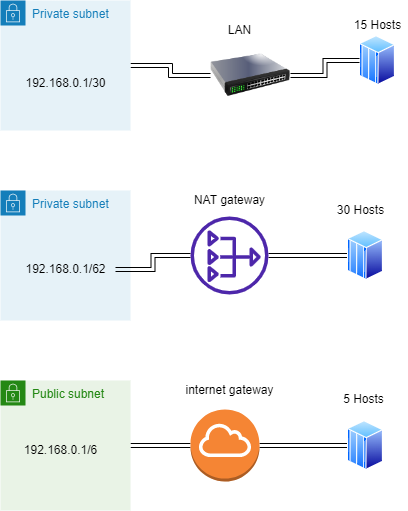
Before: 00_includes/netwerk.png, a diagram exported from draw.io (techgrounds/cloud-6-repo-Rithmatist). Source tidied: cells renumbered, new cells last; positions are measured from the earlier drawing's top-left corner, leaving out a move shared by most shapes. Source of this version:
```xml
<mxGraphModel>
  <root>
    <mxCell id="0" />
    <mxCell id="1" parent="0" />
    <mxCell id="2" style="edgeStyle=orthogonalEdgeStyle;shape=link;rounded=0;jettySize=auto;html=1;" parent="1" edge="1" source="3" target="19">
      <mxGeometry relative="1" as="geometry" />
    </mxCell>
    <mxCell id="3" value="Private subnet" style="points=[[0,0],[0.25,0],[0.5,0],[0.75,0],[1,0],[1,0.25],[1,0.5],[1,0.75],[1,1],[0.75,1],[0.5,1],[0.25,1],[0,1],[0,0.75],[0,0.5],[0,0.25]];outlineConnect=0;gradientColor=none;html=1;whiteSpace=wrap;fontSize=12;fontStyle=0;shape=mxgraph.aws4.group;grIcon=mxgraph.aws4.group_security_group;grStroke=0;strokeColor=#147EBA;fillColor=#E6F2F8;verticalAlign=top;align=left;spacingLeft=30;fontColor=#147EBA;dashed=0;" parent="1" vertex="1">
      <mxGeometry width="130" height="130" as="geometry" />
    </mxCell>
    <mxCell id="4" value="&lt;br&gt;192.168.0.1/30" style="text;html=1;align=center;verticalAlign=middle;strokeColor=none;fillColor=none;" parent="3" vertex="1">
      <mxGeometry x="15" y="60" width="100" height="30" as="geometry" />
    </mxCell>
    <mxCell id="5" style="perimeter=ellipsePerimeter;html=1;align=center;shadow=0;dashed=0;spacingTop=3;image;image=img/lib/active_directory/mainframe_host.svg;" parent="1" vertex="1">
      <mxGeometry x="359" y="35" width="36" height="50" as="geometry" />
    </mxCell>
    <mxCell id="6" style="edgeStyle=orthogonalEdgeStyle;shape=link;rounded=0;jettySize=auto;html=1;" parent="1" edge="1" source="7" target="8">
      <mxGeometry relative="1" as="geometry" />
    </mxCell>
    <mxCell id="7" style="sketch=0;outlineConnect=0;fontColor=#232F3E;gradientColor=none;fillColor=#4D27AA;strokeColor=none;dashed=0;verticalLabelPosition=bottom;verticalAlign=top;align=center;html=1;fontSize=12;fontStyle=0;shape=mxgraph.aws4.nat_gateway;" parent="1" vertex="1">
      <mxGeometry x="190" y="216" width="78" height="78" as="geometry" />
    </mxCell>
    <mxCell id="8" style="perimeter=ellipsePerimeter;html=1;align=center;shadow=0;dashed=0;spacingTop=3;image;image=img/lib/active_directory/mainframe_host.svg;" parent="1" vertex="1">
      <mxGeometry x="347" y="230" width="36" height="50" as="geometry" />
    </mxCell>
    <mxCell id="9" value="Private subnet" style="gradientColor=none;html=1;whiteSpace=wrap;fontSize=12;fontStyle=0;shape=mxgraph.aws4.group;grIcon=mxgraph.aws4.group_security_group;grStroke=0;strokeColor=#147EBA;fillColor=#E6F2F8;verticalAlign=top;align=left;spacingLeft=30;fontColor=#147EBA;dashed=0;" parent="1" vertex="1">
      <mxGeometry y="190" width="130" height="130" as="geometry" />
    </mxCell>
    <mxCell id="10" value="192.168.0.1/62" style="text;html=1;align=center;verticalAlign=middle;points=[];strokeColor=none;fillColor=none;" parent="9" vertex="1">
      <mxGeometry x="15" y="69" width="100" height="20" as="geometry" />
    </mxCell>
    <mxCell id="11" style="edgeStyle=orthogonalEdgeStyle;shape=link;rounded=0;jettySize=auto;html=1;" parent="1" edge="1" source="12" target="15">
      <mxGeometry relative="1" as="geometry" />
    </mxCell>
    <mxCell id="12" value="Public subnet" style="points=[[0,0],[0.25,0],[0.5,0],[0.75,0],[1,0],[1,0.25],[1,0.5],[1,0.75],[1,1],[0.75,1],[0.5,1],[0.25,1],[0,1],[0,0.75],[0,0.5],[0,0.25]];outlineConnect=0;gradientColor=none;html=1;whiteSpace=wrap;fontSize=12;fontStyle=0;shape=mxgraph.aws4.group;grIcon=mxgraph.aws4.group_security_group;grStroke=0;strokeColor=#248814;fillColor=#E9F3E6;verticalAlign=top;align=left;spacingLeft=30;fontColor=#248814;dashed=0;" parent="1" vertex="1">
      <mxGeometry y="380" width="130" height="130" as="geometry" />
    </mxCell>
    <mxCell id="13" value="192.168.0.1/6" style="text;html=1;align=center;verticalAlign=middle;strokeColor=none;fillColor=none;" parent="12" vertex="1">
      <mxGeometry x="15" y="60" width="90" height="20" as="geometry" />
    </mxCell>
    <mxCell id="14" style="edgeStyle=orthogonalEdgeStyle;shape=link;rounded=0;jettySize=auto;html=1;" parent="1" edge="1" source="15" target="16">
      <mxGeometry relative="1" as="geometry" />
    </mxCell>
    <mxCell id="15" style="outlineConnect=0;dashed=0;verticalLabelPosition=bottom;verticalAlign=top;align=center;html=1;shape=mxgraph.aws3.internet_gateway;fillColor=#F58534;gradientColor=none;" parent="1" vertex="1">
      <mxGeometry x="190" y="409" width="69" height="72" as="geometry" />
    </mxCell>
    <mxCell id="16" style="perimeter=ellipsePerimeter;html=1;align=center;shadow=0;dashed=0;spacingTop=3;image;image=img/lib/active_directory/mainframe_host.svg;" parent="1" vertex="1">
      <mxGeometry x="347" y="420" width="36" height="50" as="geometry" />
    </mxCell>
    <mxCell id="17" value="15 Hosts" style="text;html=1;align=center;verticalAlign=middle;strokeColor=none;fillColor=none;" parent="1" vertex="1">
      <mxGeometry x="347" y="15" width="60" height="20" as="geometry" />
    </mxCell>
    <mxCell id="18" style="edgeStyle=orthogonalEdgeStyle;shape=link;rounded=0;jettySize=auto;html=1;" parent="1" edge="1" source="19" target="5">
      <mxGeometry relative="1" as="geometry" />
    </mxCell>
    <mxCell id="19" style="image;html=1;image=img/lib/clip_art/networking/Switch_128x128.png;" parent="1" vertex="1">
      <mxGeometry x="210" y="35" width="80" height="80" as="geometry" />
    </mxCell>
    <mxCell id="20" style="edgeStyle=orthogonalEdgeStyle;shape=link;rounded=0;jettySize=auto;html=1;" parent="1" edge="1" source="10" target="7">
      <mxGeometry relative="1" as="geometry" />
    </mxCell>
    <mxCell id="21" value="30 Hosts" style="text;html=1;align=center;verticalAlign=middle;strokeColor=none;fillColor=none;" parent="1" vertex="1">
      <mxGeometry x="330" y="200" width="60" height="20" as="geometry" />
    </mxCell>
    <mxCell id="22" value="5 Hosts" style="text;html=1;align=center;verticalAlign=middle;strokeColor=none;fillColor=none;" parent="1" vertex="1">
      <mxGeometry x="333" y="389" width="60" height="20" as="geometry" />
    </mxCell>
    <mxCell id="23" value="LAN" style="text;html=1;align=center;verticalAlign=middle;strokeColor=none;fillColor=none;" parent="1" vertex="1">
      <mxGeometry x="219" y="20" width="40" height="20" as="geometry" />
    </mxCell>
    <mxCell id="24" value="NAT gateway" style="text;html=1;align=center;verticalAlign=middle;strokeColor=none;fillColor=none;" parent="1" vertex="1">
      <mxGeometry x="184" y="190" width="90" height="20" as="geometry" />
    </mxCell>
    <mxCell id="25" value="internet gateway" style="text;html=1;align=center;verticalAlign=middle;strokeColor=none;fillColor=none;" parent="1" vertex="1">
      <mxGeometry x="179" y="380" width="100" height="20" as="geometry" />
    </mxCell>
  </root>
</mxGraphModel>
```
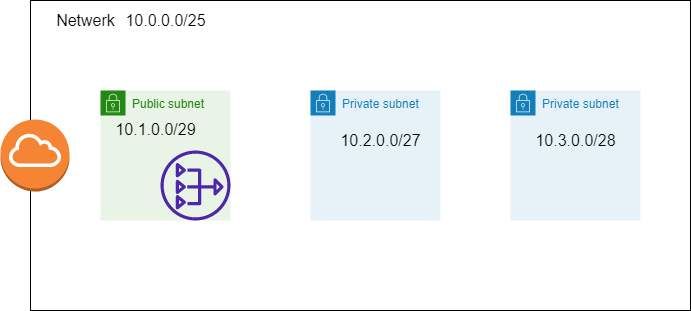
Above is the later version.

Diff of the diagram source:
```diff
@@ -2,77 +2,38 @@
   <root>
     <mxCell id="0" />
     <mxCell id="1" parent="0" />
-    <mxCell id="2" style="edgeStyle=orthogonalEdgeStyle;shape=link;rounded=0;jettySize=auto;html=1;" parent="1" edge="1" source="3" target="19">
-      <mxGeometry relative="1" as="geometry" />
-    </mxCell>
-    <mxCell id="3" value="Private subnet" style="points=[[0,0],[0.25,0],[0.5,0],[0.75,0],[1,0],[1,0.25],[1,0.5],[1,0.75],[1,1],[0.75,1],[0.5,1],[0.25,1],[0,1],[0,0.75],[0,0.5],[0,0.25]];outlineConnect=0;gradientColor=none;html=1;whiteSpace=wrap;fontSize=12;fontStyle=0;shape=mxgraph.aws4.group;grIcon=mxgraph.aws4.group_security_group;grStroke=0;strokeColor=#147EBA;fillColor=#E6F2F8;verticalAlign=top;align=left;spacingLeft=30;fontColor=#147EBA;dashed=0;" parent="1" vertex="1">
-      <mxGeometry width="130" height="130" as="geometry" />
-    </mxCell>
-    <mxCell id="4" value="&lt;br&gt;192.168.0.1/30" style="text;html=1;align=center;verticalAlign=middle;strokeColor=none;fillColor=none;" parent="3" vertex="1">
-      <mxGeometry x="15" y="60" width="100" height="30" as="geometry" />
-    </mxCell>
-    <mxCell id="5" style="perimeter=ellipsePerimeter;html=1;align=center;shadow=0;dashed=0;spacingTop=3;image;image=img/lib/active_directory/mainframe_host.svg;" parent="1" vertex="1">
-      <mxGeometry x="359" y="35" width="36" height="50" as="geometry" />
-    </mxCell>
-    <mxCell id="6" style="edgeStyle=orthogonalEdgeStyle;shape=link;rounded=0;jettySize=auto;html=1;" parent="1" edge="1" source="7" target="8">
-      <mxGeometry relative="1" as="geometry" />
-    </mxCell>
+    <mxCell id="26" style="rounded=0;whiteSpace=wrap;html=1;fontSize=16;fillColor=none;" parent="1" vertex="1">
+      <mxGeometry x="80" y="140" width="660" height="310" as="geometry" />
+    </mxCell>
+    <mxCell id="27" value="Private subnet" style="gradientColor=none;html=1;whiteSpace=wrap;fontSize=12;fontStyle=0;shape=mxgraph.aws4.group;grIcon=mxgraph.aws4.group_security_group;grStroke=0;strokeColor=#147EBA;fillColor=#E6F2F8;verticalAlign=top;align=left;spacingLeft=30;fontColor=#147EBA;dashed=0;" parent="1" vertex="1">
+      <mxGeometry x="360" y="230" width="130" height="130" as="geometry" />
+    </mxCell>
+    <mxCell id="28" value="10.2.0.0/27" style="text;html=1;align=center;verticalAlign=middle;strokeColor=none;fillColor=none;fontSize=16;" parent="27" vertex="1">
+      <mxGeometry x="20" y="40" width="100" height="20" as="geometry" />
+    </mxCell>
+    <mxCell id="15" style="outlineConnect=0;dashed=0;verticalLabelPosition=bottom;verticalAlign=top;align=center;html=1;shape=mxgraph.aws3.internet_gateway;fillColor=#F58534;gradientColor=none;" parent="1" vertex="1">
+      <mxGeometry x="50" y="259" width="69" height="72" as="geometry" />
+    </mxCell>
+    <mxCell id="29" value="Private subnet" style="gradientColor=none;html=1;whiteSpace=wrap;fontSize=12;fontStyle=0;shape=mxgraph.aws4.group;grIcon=mxgraph.aws4.group_security_group;grStroke=0;strokeColor=#147EBA;fillColor=#E6F2F8;verticalAlign=top;align=left;spacingLeft=30;fontColor=#147EBA;dashed=0;" parent="1" vertex="1">
+      <mxGeometry x="560" y="230" width="130" height="130" as="geometry" />
+    </mxCell>
+    <mxCell id="30" value="10.3.0.0/28" style="text;html=1;align=center;verticalAlign=middle;strokeColor=none;fillColor=none;fontSize=16;" parent="29" vertex="1">
+      <mxGeometry x="15" y="40" width="100" height="20" as="geometry" />
+    </mxCell>
+    <mxCell id="31" value="&lt;font style=&quot;font-size: 16px&quot;&gt;Netwerk&lt;/font&gt;" style="text;html=1;align=center;verticalAlign=middle;strokeColor=none;fillColor=none;" parent="1" vertex="1">
+      <mxGeometry x="100" y="150" width="70" height="20" as="geometry" />
+    </mxCell>
+    <mxCell id="32" value="10.0.0.0/25" style="text;html=1;align=center;verticalAlign=middle;strokeColor=none;fillColor=none;fontSize=16;" parent="1" vertex="1">
+      <mxGeometry x="165" y="150" width="100" height="20" as="geometry" />
+    </mxCell>
+    <mxCell id="12" value="Public subnet" style="points=[[0,0],[0.25,0],[0.5,0],[0.75,0],[1,0],[1,0.25],[1,0.5],[1,0.75],[1,1],[0.75,1],[0.5,1],[0.25,1],[0,1],[0,0.75],[0,0.5],[0,0.25]];outlineConnect=0;gradientColor=none;html=1;whiteSpace=wrap;fontSize=12;fontStyle=0;shape=mxgraph.aws4.group;grIcon=mxgraph.aws4.group_security_group;grStroke=0;strokeColor=#248814;fillColor=#E9F3E6;verticalAlign=top;align=left;spacingLeft=30;fontColor=#248814;dashed=0;" parent="1" vertex="1">
+      <mxGeometry x="150" y="230" width="130" height="130" as="geometry" />
+    </mxCell>
-    <mxCell id="7" style="sketch=0;outlineConnect=0;fontColor=#232F3E;gradientColor=none;fillColor=#4D27AA;strokeColor=none;dashed=0;verticalLabelPosition=bottom;verticalAlign=top;align=center;html=1;fontSize=12;fontStyle=0;shape=mxgraph.aws4.nat_gateway;" parent="1" vertex="1">
-      <mxGeometry x="190" y="216" width="78" height="78" as="geometry" />
+    <mxCell id="7" style="sketch=0;outlineConnect=0;fontColor=#232F3E;gradientColor=none;fillColor=#4D27AA;strokeColor=none;dashed=0;verticalLabelPosition=bottom;verticalAlign=top;align=center;html=1;fontSize=12;fontStyle=0;shape=mxgraph.aws4.nat_gateway;" parent="12" vertex="1">
+      <mxGeometry x="60" y="60" width="70" height="70" as="geometry" />
     </mxCell>
-    <mxCell id="8" style="perimeter=ellipsePerimeter;html=1;align=center;shadow=0;dashed=0;spacingTop=3;image;image=img/lib/active_directory/mainframe_host.svg;" parent="1" vertex="1">
-      <mxGeometry x="347" y="230" width="36" height="50" as="geometry" />
-    </mxCell>
-    <mxCell id="9" value="Private subnet" style="gradientColor=none;html=1;whiteSpace=wrap;fontSize=12;fontStyle=0;shape=mxgraph.aws4.group;grIcon=mxgraph.aws4.group_security_group;grStroke=0;strokeColor=#147EBA;fillColor=#E6F2F8;verticalAlign=top;align=left;spacingLeft=30;fontColor=#147EBA;dashed=0;" parent="1" vertex="1">
-      <mxGeometry y="190" width="130" height="130" as="geometry" />
-    </mxCell>
-    <mxCell id="10" value="192.168.0.1/62" style="text;html=1;align=center;verticalAlign=middle;points=[];strokeColor=none;fillColor=none;" parent="9" vertex="1">
-      <mxGeometry x="15" y="69" width="100" height="20" as="geometry" />
-    </mxCell>
-    <mxCell id="11" style="edgeStyle=orthogonalEdgeStyle;shape=link;rounded=0;jettySize=auto;html=1;" parent="1" edge="1" source="12" target="15">
-      <mxGeometry relative="1" as="geometry" />
-    </mxCell>
-    <mxCell id="12" value="Public subnet" style="points=[[0,0],[0.25,0],[0.5,0],[0.75,0],[1,0],[1,0.25],[1,0.5],[1,0.75],[1,1],[0.75,1],[0.5,1],[0.25,1],[0,1],[0,0.75],[0,0.5],[0,0.25]];outlineConnect=0;gradientColor=none;html=1;whiteSpace=wrap;fontSize=12;fontStyle=0;shape=mxgraph.aws4.group;grIcon=mxgraph.aws4.group_security_group;grStroke=0;strokeColor=#248814;fillColor=#E9F3E6;verticalAlign=top;align=left;spacingLeft=30;fontColor=#248814;dashed=0;" parent="1" vertex="1">
-      <mxGeometry y="380" width="130" height="130" as="geometry" />
-    </mxCell>
-    <mxCell id="13" value="192.168.0.1/6" style="text;html=1;align=center;verticalAlign=middle;strokeColor=none;fillColor=none;" parent="12" vertex="1">
-      <mxGeometry x="15" y="60" width="90" height="20" as="geometry" />
-    </mxCell>
-    <mxCell id="14" style="edgeStyle=orthogonalEdgeStyle;shape=link;rounded=0;jettySize=auto;html=1;" parent="1" edge="1" source="15" target="16">
-      <mxGeometry relative="1" as="geometry" />
-    </mxCell>
-    <mxCell id="15" style="outlineConnect=0;dashed=0;verticalLabelPosition=bottom;verticalAlign=top;align=center;html=1;shape=mxgraph.aws3.internet_gateway;fillColor=#F58534;gradientColor=none;" parent="1" vertex="1">
-      <mxGeometry x="190" y="409" width="69" height="72" as="geometry" />
-    </mxCell>
-    <mxCell id="16" style="perimeter=ellipsePerimeter;html=1;align=center;shadow=0;dashed=0;spacingTop=3;image;image=img/lib/active_directory/mainframe_host.svg;" parent="1" vertex="1">
-      <mxGeometry x="347" y="420" width="36" height="50" as="geometry" />
-    </mxCell>
-    <mxCell id="17" value="15 Hosts" style="text;html=1;align=center;verticalAlign=middle;strokeColor=none;fillColor=none;" parent="1" vertex="1">
-      <mxGeometry x="347" y="15" width="60" height="20" as="geometry" />
-    </mxCell>
-    <mxCell id="18" style="edgeStyle=orthogonalEdgeStyle;shape=link;rounded=0;jettySize=auto;html=1;" parent="1" edge="1" source="19" target="5">
-      <mxGeometry relative="1" as="geometry" />
-    </mxCell>
-    <mxCell id="19" style="image;html=1;image=img/lib/clip_art/networking/Switch_128x128.png;" parent="1" vertex="1">
-      <mxGeometry x="210" y="35" width="80" height="80" as="geometry" />
-    </mxCell>
-    <mxCell id="20" style="edgeStyle=orthogonalEdgeStyle;shape=link;rounded=0;jettySize=auto;html=1;" parent="1" edge="1" source="10" target="7">
-      <mxGeometry relative="1" as="geometry" />
-    </mxCell>
-    <mxCell id="21" value="30 Hosts" style="text;html=1;align=center;verticalAlign=middle;strokeColor=none;fillColor=none;" parent="1" vertex="1">
-      <mxGeometry x="330" y="200" width="60" height="20" as="geometry" />
-    </mxCell>
-    <mxCell id="22" value="5 Hosts" style="text;html=1;align=center;verticalAlign=middle;strokeColor=none;fillColor=none;" parent="1" vertex="1">
-      <mxGeometry x="333" y="389" width="60" height="20" as="geometry" />
-    </mxCell>
-    <mxCell id="23" value="LAN" style="text;html=1;align=center;verticalAlign=middle;strokeColor=none;fillColor=none;" parent="1" vertex="1">
-      <mxGeometry x="219" y="20" width="40" height="20" as="geometry" />
-    </mxCell>
-    <mxCell id="24" value="NAT gateway" style="text;html=1;align=center;verticalAlign=middle;strokeColor=none;fillColor=none;" parent="1" vertex="1">
-      <mxGeometry x="184" y="190" width="90" height="20" as="geometry" />
-    </mxCell>
-    <mxCell id="25" value="internet gateway" style="text;html=1;align=center;verticalAlign=middle;strokeColor=none;fillColor=none;" parent="1" vertex="1">
-      <mxGeometry x="179" y="380" width="100" height="20" as="geometry" />
-    </mxCell>
+    <mxCell id="33" value="10.1.0.0/29" style="text;html=1;align=center;verticalAlign=middle;strokeColor=none;fillColor=none;fontSize=16;" parent="12" vertex="1">
+      <mxGeometry x="5" y="29" width="100" height="20" as="geometry" />
+    </mxCell>
   </root>
 </mxGraphModel>
```
